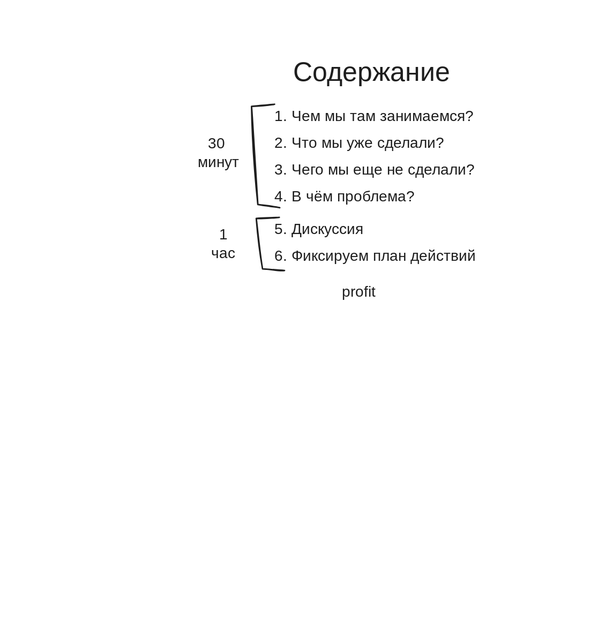
AlexFrick92/PNTZ.Mufta keeps this Excalidraw diagram as Doc/Что делать/Содержание_совещания.svg. Above is the earlier version. Source tidied: one line per element, renumbered; positions are measured from the earlier drawing's top-left corner, leaving out a move shared by most shapes. Its diagram source:
```json
{"id": 0, "type": "text", "text": "Содержание", "strokeColor": "#1e1e1e", "strokeWidth": 2, "roughness": 1, "fontSize": 36, "fontFamily": 5, "x": 126, "y": 0, "width": 203, "height": 45}
{"id": 1, "type": "text", "text": "1. Чем мы там занимаемся?", "strokeColor": "#1e1e1e", "strokeWidth": 2, "roughness": 1, "fontSize": 20, "fontFamily": 5, "x": 101, "y": 68, "width": 258, "height": 25}
{"id": 2, "type": "text", "text": "2. Что мы уже сделали?", "strokeColor": "#1e1e1e", "strokeWidth": 2, "roughness": 1, "fontSize": 20, "fontFamily": 5, "x": 101, "y": 103, "width": 231, "height": 25}
{"id": 3, "type": "text", "text": "3. Чего мы еще не сделали?", "strokeColor": "#1e1e1e", "strokeWidth": 2, "roughness": 1, "fontSize": 20, "fontFamily": 5, "x": 101, "y": 139, "width": 269, "height": 25}
{"id": 4, "type": "text", "text": "4. В чём проблема?", "strokeColor": "#1e1e1e", "strokeWidth": 2, "roughness": 1, "fontSize": 20, "fontFamily": 5, "x": 101, "y": 175, "width": 189, "height": 25}
{"id": 5, "type": "text", "text": "30 \nминут", "strokeColor": "#1e1e1e", "strokeWidth": 2, "roughness": 1, "fontSize": 20, "fontFamily": 5, "textAlign": "center", "x": 0, "y": 104, "width": 54, "height": 50}
{"id": 6, "type": "text", "text": "5. Дискуссия", "strokeColor": "#1e1e1e", "strokeWidth": 2, "roughness": 1, "fontSize": 20, "fontFamily": 5, "x": 101, "y": 218, "width": 124, "height": 25}
{"id": 7, "type": "text", "text": "6. Фиксируем план действий", "strokeColor": "#1e1e1e", "strokeWidth": 2, "roughness": 1, "fontSize": 20, "fontFamily": 5, "x": 101, "y": 254, "width": 270, "height": 25}
{"id": 8, "type": "line", "strokeColor": "#1e1e1e", "strokeWidth": 2, "roughness": 1, "x": 101, "y": 63, "width": 38, "height": 138, "points": [[0, 0], [-31, 3], [-22, 134], [7, 138]]}
{"id": 9, "type": "line", "strokeColor": "#1e1e1e", "strokeWidth": 2, "roughness": 1, "x": 108, "y": 214, "width": 38, "height": 71, "points": [[0, 0], [-31, 1], [-22, 69], [7, 71]]}
{"id": 10, "type": "text", "text": "1\nчас", "strokeColor": "#1e1e1e", "strokeWidth": 2, "roughness": 1, "fontSize": 20, "fontFamily": 5, "textAlign": "center", "x": 17, "y": 226, "width": 32, "height": 50}
{"id": 11, "type": "text", "text": "profit", "strokeColor": "#1e1e1e", "strokeWidth": 2, "roughness": 1, "fontSize": 20, "fontFamily": 5, "x": 191, "y": 302, "width": 57, "height": 25}
```
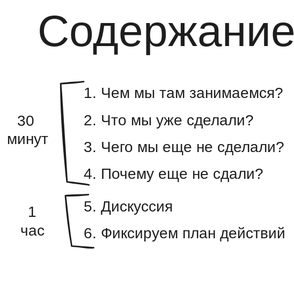
Above is the later version.

The edit, as a diff of the source:
```diff
@@ -1,12 +1,11 @@
-{"id": 0, "type": "text", "text": "Содержание", "strokeColor": "#1e1e1e", "strokeWidth": 2, "roughness": 1, "fontSize": 36, "fontFamily": 5, "x": 126, "y": 0, "width": 203, "height": 45}
+{"id": 0, "type": "text", "text": "Содержание", "strokeColor": "#1e1e1e", "strokeWidth": 2, "roughness": 1, "fontSize": 58.4, "fontFamily": 5, "x": 40, "y": -36, "width": 330, "height": 73}
 {"id": 1, "type": "text", "text": "1. Чем мы там занимаемся?", "strokeColor": "#1e1e1e", "strokeWidth": 2, "roughness": 1, "fontSize": 20, "fontFamily": 5, "x": 101, "y": 68, "width": 258, "height": 25}
 {"id": 2, "type": "text", "text": "2. Что мы уже сделали?", "strokeColor": "#1e1e1e", "strokeWidth": 2, "roughness": 1, "fontSize": 20, "fontFamily": 5, "x": 101, "y": 103, "width": 231, "height": 25}
 {"id": 3, "type": "text", "text": "3. Чего мы еще не сделали?", "strokeColor": "#1e1e1e", "strokeWidth": 2, "roughness": 1, "fontSize": 20, "fontFamily": 5, "x": 101, "y": 139, "width": 269, "height": 25}
-{"id": 4, "type": "text", "text": "4. В чём проблема?", "strokeColor": "#1e1e1e", "strokeWidth": 2, "roughness": 1, "fontSize": 20, "fontFamily": 5, "x": 101, "y": 175, "width": 189, "height": 25}
+{"id": 4, "type": "text", "text": "4. Почему еще не сдали?", "strokeColor": "#1e1e1e", "strokeWidth": 2, "roughness": 1, "fontSize": 20, "fontFamily": 5, "x": 101, "y": 175, "width": 237, "height": 25}
 {"id": 5, "type": "text", "text": "30 \nминут", "strokeColor": "#1e1e1e", "strokeWidth": 2, "roughness": 1, "fontSize": 20, "fontFamily": 5, "textAlign": "center", "x": 0, "y": 104, "width": 54, "height": 50}
 {"id": 6, "type": "text", "text": "5. Дискуссия", "strokeColor": "#1e1e1e", "strokeWidth": 2, "roughness": 1, "fontSize": 20, "fontFamily": 5, "x": 101, "y": 218, "width": 124, "height": 25}
 {"id": 7, "type": "text", "text": "6. Фиксируем план действий", "strokeColor": "#1e1e1e", "strokeWidth": 2, "roughness": 1, "fontSize": 20, "fontFamily": 5, "x": 101, "y": 254, "width": 270, "height": 25}
 {"id": 8, "type": "line", "strokeColor": "#1e1e1e", "strokeWidth": 2, "roughness": 1, "x": 101, "y": 63, "width": 38, "height": 138, "points": [[0, 0], [-31, 3], [-22, 134], [7, 138]]}
 {"id": 9, "type": "line", "strokeColor": "#1e1e1e", "strokeWidth": 2, "roughness": 1, "x": 108, "y": 214, "width": 38, "height": 71, "points": [[0, 0], [-31, 1], [-22, 69], [7, 71]]}
 {"id": 10, "type": "text", "text": "1\nчас", "strokeColor": "#1e1e1e", "strokeWidth": 2, "roughness": 1, "fontSize": 20, "fontFamily": 5, "textAlign": "center", "x": 17, "y": 226, "width": 32, "height": 50}
-{"id": 11, "type": "text", "text": "profit", "strokeColor": "#1e1e1e", "strokeWidth": 2, "roughness": 1, "fontSize": 20, "fontFamily": 5, "x": 191, "y": 302, "width": 57, "height": 25}
```
